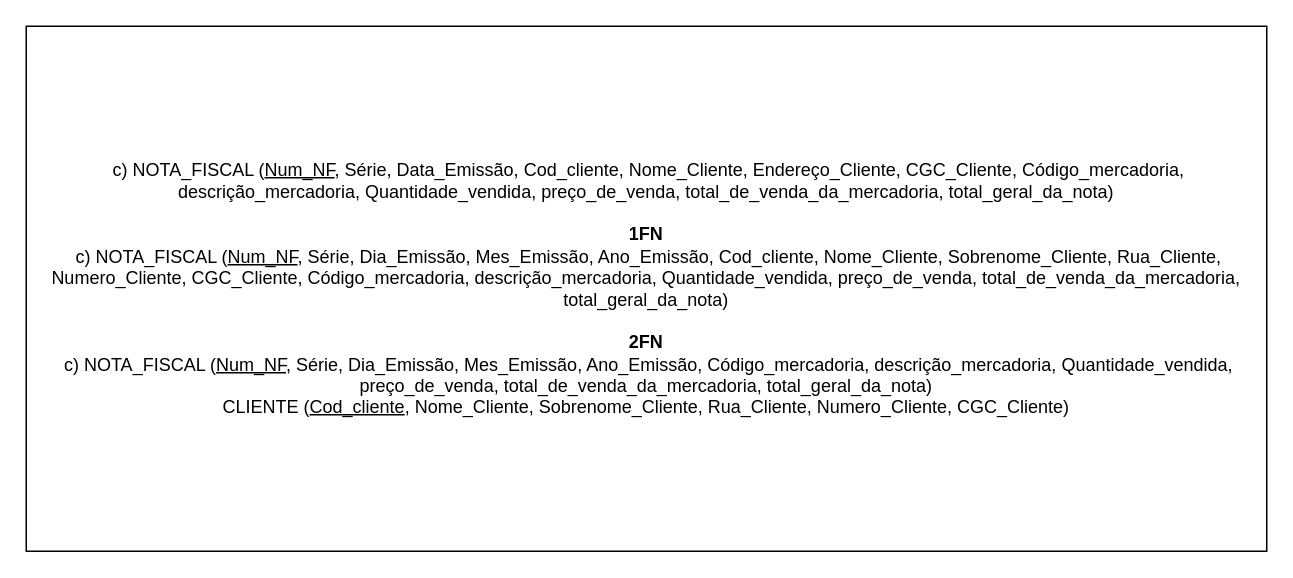
andreeeeeeeee/Engenharia_Software keeps this draw.io diagram as page "Ex1c" (3 of 9) of Lista8_06-06/Lista 8.drawio. Above is the earlier version. Source tidied: cells renumbered, new cells numbered last; positions are measured from the earlier drawing's top-left corner, leaving out a move shared by most shapes. Both pictures are drawn from the tidied source at 150%, with x=0, y=0 at pixel (26, 26).
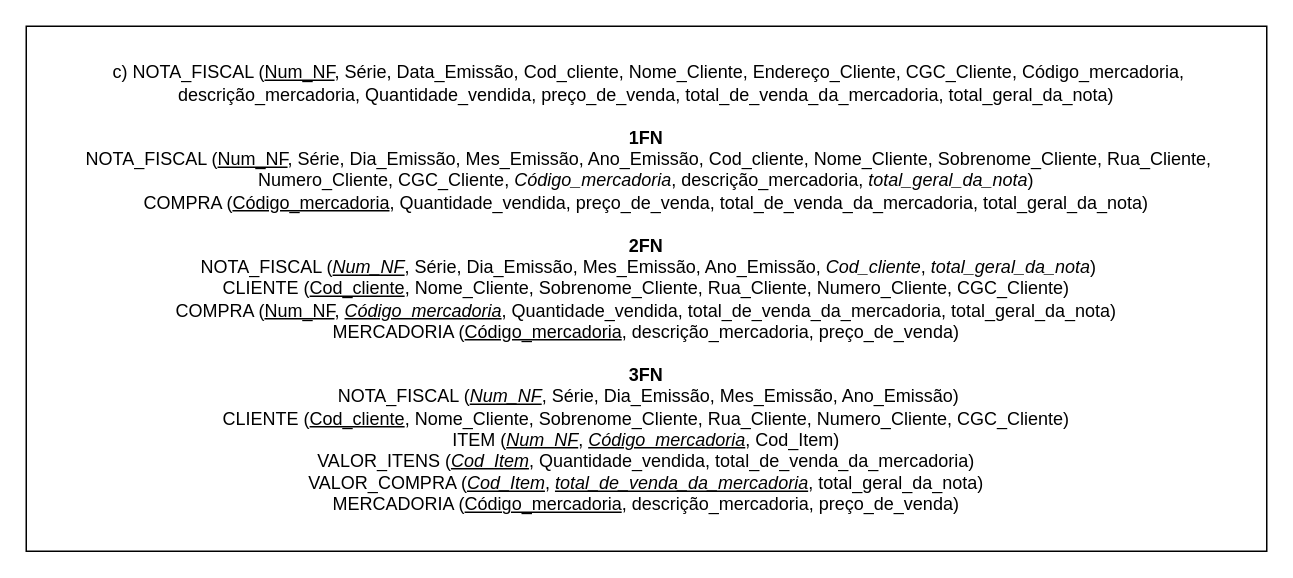
The same diagram, later.

What changed in the source:
```diff
@@
 <mxGraphModel>
   <root>
     <mxCell id="0" />
     <mxCell id="1" parent="0" />
-    <mxCell id="2" value="&amp;nbsp;c) NOTA_FISCAL (&lt;u&gt;Num_NF&lt;/u&gt;, Série, Data_Emissão, Cod_cliente, Nome_Cliente, Endereço_Cliente, CGC_Cliente,&amp;nbsp;Código_mercadoria, descrição_mercadoria, Quantidade_vendida, preço_de_venda, total_de_venda_da_mercadoria, total_geral_da_nota)&lt;br&gt;&lt;br&gt;&lt;b&gt;1FN&lt;br&gt;&lt;/b&gt;&amp;nbsp;c) NOTA_FISCAL (&lt;u&gt;Num_NF&lt;/u&gt;, Série, Dia_Emissão, Mes_Emissão, Ano_Emissão, Cod_cliente, Nome_Cliente, Sobrenome_Cliente, Rua_Cliente, Numero_Cliente, CGC_Cliente,&amp;nbsp;Código_mercadoria, descrição_mercadoria, Quantidade_vendida, preço_de_venda, total_de_venda_da_mercadoria, total_geral_da_nota)&lt;br&gt;&lt;br&gt;&lt;b&gt;2FN&lt;br&gt;&lt;/b&gt;&amp;nbsp;c) NOTA_FISCAL (&lt;u&gt;Num_NF&lt;/u&gt;, Série, Dia_Emissão, Mes_Emissão, Ano_Emissão, Código_mercadoria, descrição_mercadoria, Quantidade_vendida, preço_de_venda, total_de_venda_da_mercadoria, total_geral_da_nota)&lt;br&gt;CLIENTE (&lt;u&gt;Cod_cliente&lt;/u&gt;, Nome_Cliente, Sobrenome_Cliente, Rua_Cliente, Numero_Cliente, CGC_Cliente)" style="rounded=0;whiteSpace=wrap;html=1;" parent="1" vertex="1">
+    <mxCell id="2" value="&amp;nbsp;c) NOTA_FISCAL (&lt;u&gt;Num_NF&lt;/u&gt;, Série, Data_Emissão, Cod_cliente, Nome_Cliente, Endereço_Cliente, CGC_Cliente,&amp;nbsp;Código_mercadoria, descrição_mercadoria, Quantidade_vendida, preço_de_venda, total_de_venda_da_mercadoria, total_geral_da_nota)&lt;br&gt;&lt;br&gt;&lt;b&gt;1FN&lt;br&gt;&lt;/b&gt;&amp;nbsp;NOTA_FISCAL (&lt;u&gt;Num_NF&lt;/u&gt;, Série, Dia_Emissão, Mes_Emissão, Ano_Emissão, Cod_cliente, Nome_Cliente, Sobrenome_Cliente, Rua_Cliente, Numero_Cliente, CGC_Cliente,&amp;nbsp;&lt;i&gt;Código_mercadoria&lt;/i&gt;, descrição_mercadoria, &lt;i&gt;total_geral_da_nota&lt;/i&gt;)&lt;br&gt;COMPRA (&lt;u&gt;Código_mercadoria&lt;/u&gt;, Quantidade_vendida, preço_de_venda, total_de_venda_da_mercadoria, total_geral_da_nota)&lt;br&gt;&lt;br&gt;&lt;b&gt;2FN&lt;br&gt;&lt;/b&gt;&amp;nbsp;NOTA_FISCAL (&lt;u&gt;&lt;i&gt;Num_NF&lt;/i&gt;&lt;/u&gt;, Série, Dia_Emissão, Mes_Emissão, Ano_Emissão, &lt;i&gt;Cod_cliente&lt;/i&gt;, &lt;i&gt;total_geral_da_nota&lt;/i&gt;)&lt;br&gt;CLIENTE (&lt;u&gt;Cod_cliente&lt;/u&gt;, Nome_Cliente, Sobrenome_Cliente, Rua_Cliente, Numero_Cliente, CGC_Cliente)&lt;br&gt;COMPRA (&lt;u style=&quot;&quot;&gt;Num_NF&lt;/u&gt;,&amp;nbsp;&lt;u&gt;&lt;i&gt;Código_mercadoria&lt;/i&gt;&lt;/u&gt;, Quantidade_vendida, total_de_venda_da_mercadoria, total_geral_da_nota)&lt;br&gt;MERCADORIA (&lt;u&gt;Código_mercadoria&lt;/u&gt;, descrição_mercadoria, preço_de_venda)&lt;br&gt;&lt;br&gt;&lt;b&gt;3FN&lt;br&gt;&lt;/b&gt;&amp;nbsp;NOTA_FISCAL (&lt;u&gt;&lt;i&gt;Num_NF&lt;/i&gt;&lt;/u&gt;, Série, Dia_Emissão, Mes_Emissão, Ano_Emissão)&lt;br&gt;CLIENTE (&lt;u&gt;Cod_cliente&lt;/u&gt;, Nome_Cliente, Sobrenome_Cliente, Rua_Cliente, Numero_Cliente, CGC_Cliente)&lt;br&gt;ITEM (&lt;u&gt;&lt;i&gt;Num_NF&lt;/i&gt;&lt;/u&gt;,&amp;nbsp;&lt;u&gt;&lt;i&gt;Código_mercadoria&lt;/i&gt;&lt;/u&gt;, Cod_Item)&lt;br&gt;VALOR_ITENS (&lt;i style=&quot;text-decoration-line: underline;&quot;&gt;Cod_Item&lt;/i&gt;, Quantidade_vendida, total_de_venda_da_mercadoria)&lt;br&gt;VALOR_COMPRA (&lt;i style=&quot;text-decoration-line: underline;&quot;&gt;Cod_Item&lt;/i&gt;, &lt;i&gt;&lt;u&gt;total_de_venda_da_mercadoria&lt;/u&gt;&lt;/i&gt;,&amp;nbsp;total_geral_da_nota)&lt;br&gt;MERCADORIA (&lt;u&gt;Código_mercadoria&lt;/u&gt;, descrição_mercadoria, preço_de_venda)" style="rounded=0;whiteSpace=wrap;html=1;" parent="1" vertex="1">
       <mxGeometry width="827" height="350" as="geometry" />
     </mxCell>
   </root>
 </mxGraphModel>
```
